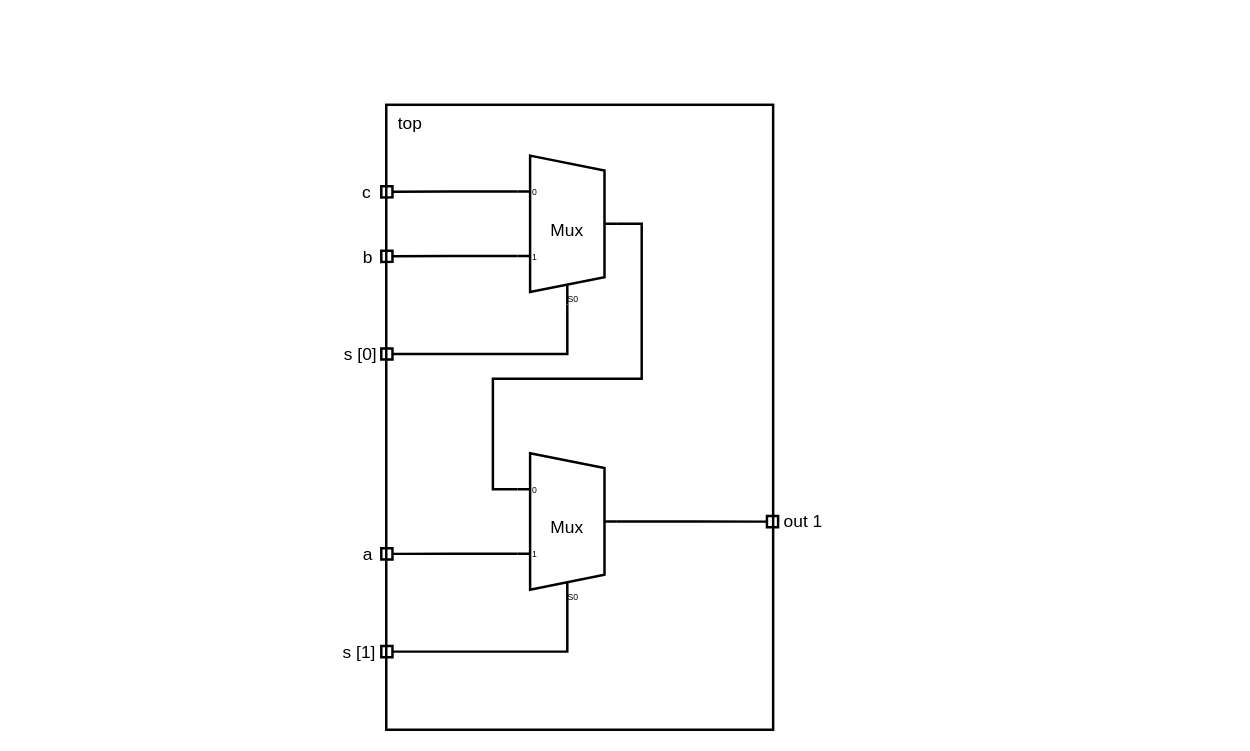
The draw.io diagram fig 10.9.drawio in T-Maharshi-Sanand-Yadav/draw.io, before the edit. Source tidied: cells renumbered, new cells numbered last; positions are measured from the earlier drawing's top-left corner, leaving out a move shared by most shapes. Both pictures are drawn from the tidied source at 124%, with x=0, y=0 at pixel (331, 104).
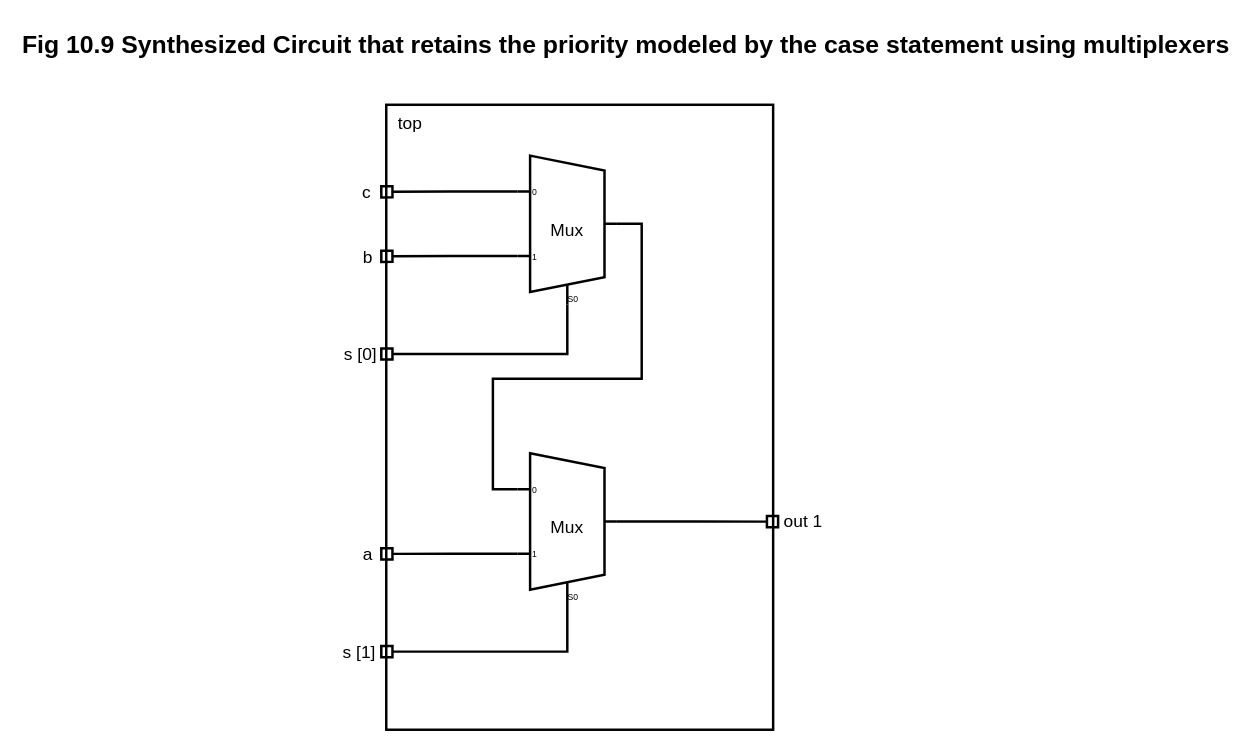
The same diagram, later.

Diff of the diagram source:
```diff
@@
+    <mxCell id="19" value="Fig 10.9 Synthesized Circuit that retains the priority modeled by the case statement using multiplexers" style="text;html=1;align=center;verticalAlign=middle;strokeColor=none;fillColor=none;fontStyle=1;fontSize=20;" parent="1" vertex="1">
+      <mxGeometry x="-223" y="-67" width="920" height="36" as="geometry" />
+    </mxCell>
```
